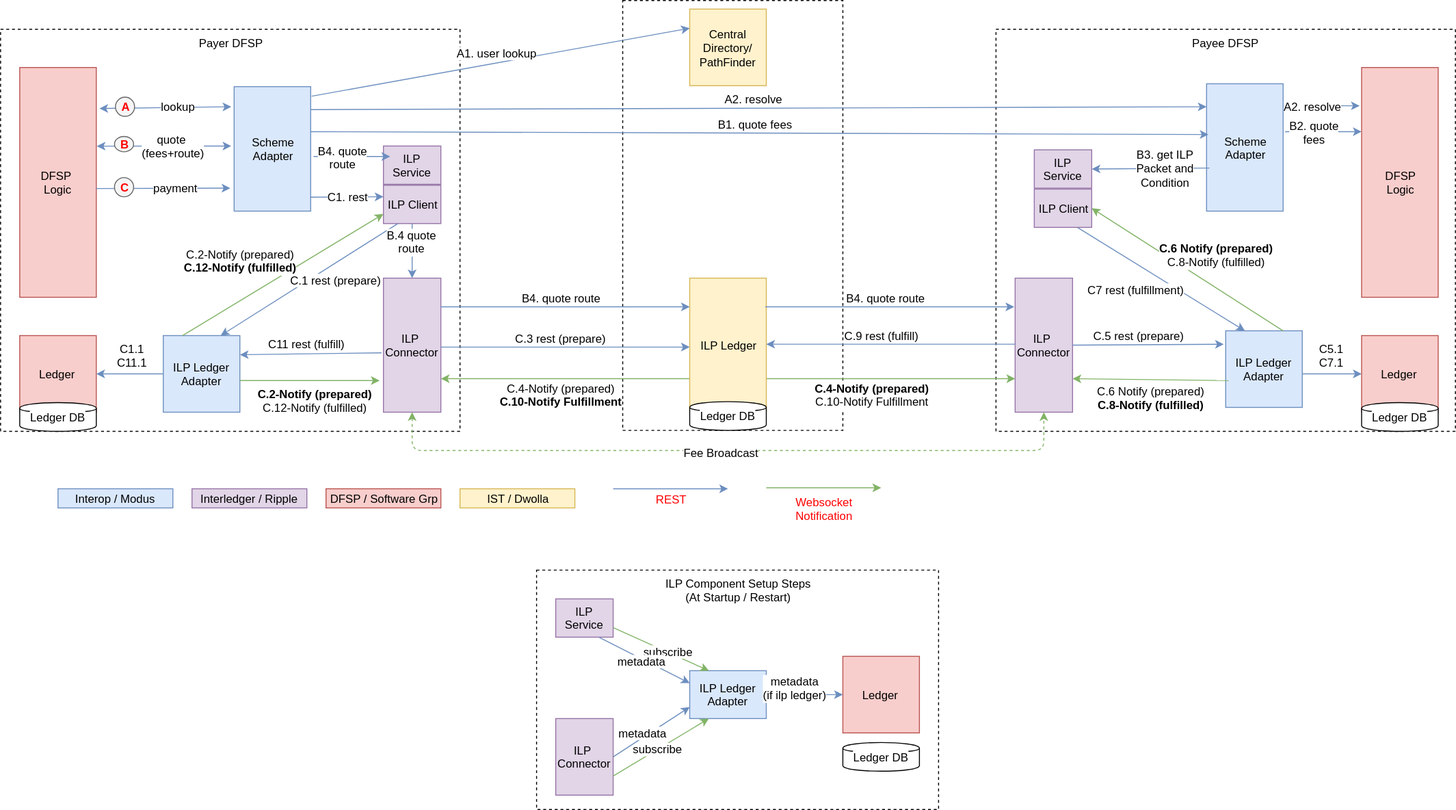
This is docs/PaymentFlow.svg from maduhu/Interop-Issues, a draw.io export, as it was before one commit. Source tidied: cells renumbered, new cells last; positions are measured from the earlier drawing's top-left corner, leaving out a move shared by most shapes.
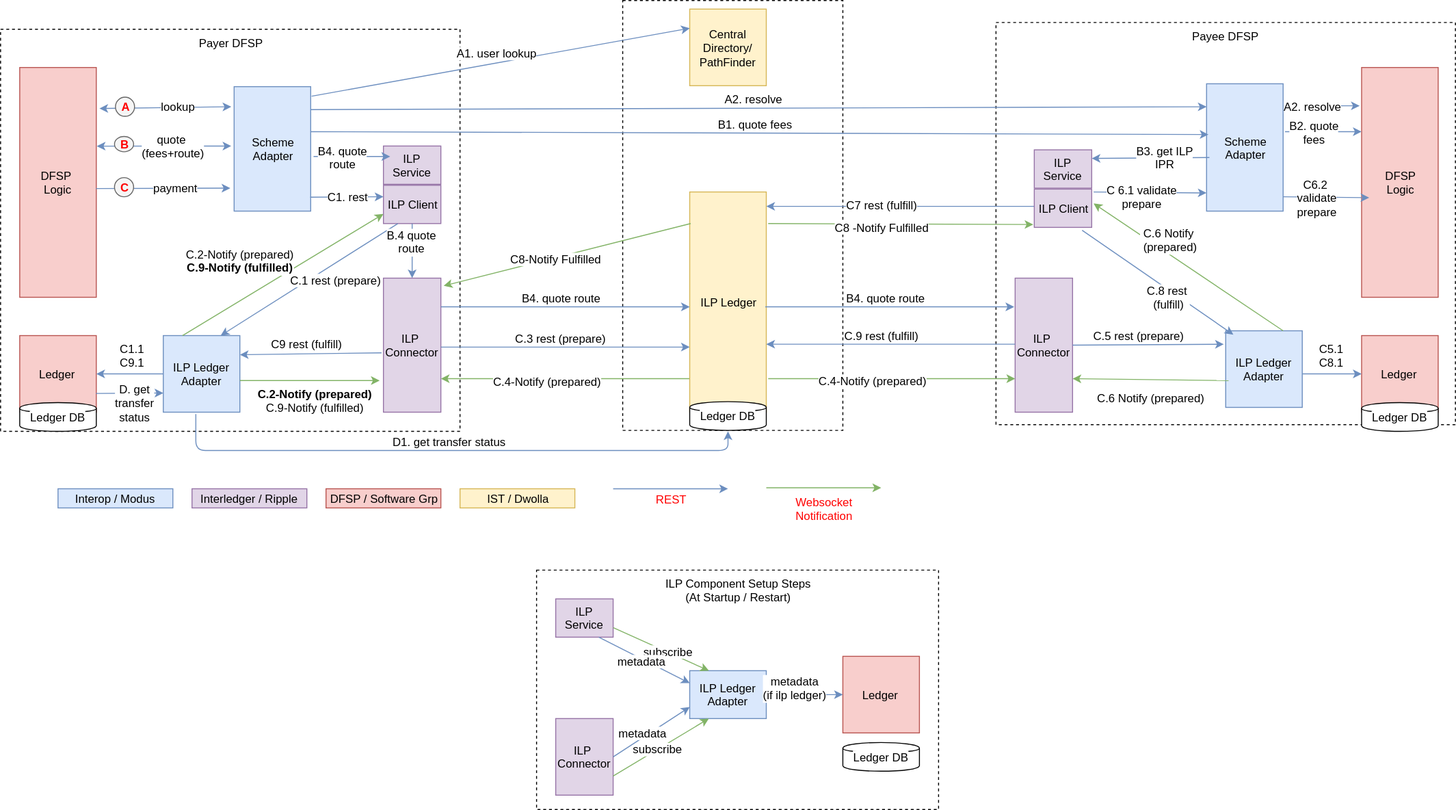
After the commit.

What changed in the source:
```diff
@@ -9,7 +9,7 @@
       <mxGeometry y="30" width="480" height="420" as="geometry" />
     </mxCell>
     <mxCell id="4" value="Payee DFSP" style="whiteSpace=wrap;html=1;labelBackgroundColor=none;fontSize=12;align=center;verticalAlign=top;dashed=1;" parent="1" vertex="1">
-      <mxGeometry x="1040" y="30" width="480" height="420" as="geometry" />
+      <mxGeometry x="1040" y="23" width="480" height="420" as="geometry" />
     </mxCell>
     <mxCell id="5" value="DFSP&amp;nbsp;&lt;div&gt;Logic&lt;/div&gt;" style="whiteSpace=wrap;html=1;labelBackgroundColor=none;fontSize=12;align=center;fillColor=#f8cecc;strokeColor=#b85450;" parent="1" vertex="1">
       <mxGeometry x="20" y="70" width="80" height="240" as="geometry" />
@@ -41,20 +41,20 @@
     <mxCell id="14" value="ILP&amp;nbsp;&lt;div&gt;Connector&lt;/div&gt;" style="whiteSpace=wrap;html=1;labelBackgroundColor=none;fontSize=12;align=center;fillColor=#e1d5e7;strokeColor=#9673a6;" parent="1" vertex="1">
       <mxGeometry x="1060" y="290" width="60" height="140" as="geometry" />
     </mxCell>
-    <mxCell id="15" style="endArrow=none;startArrow=classic;html=1;labelBackgroundColor=none;fontSize=12;entryX=0;entryY=0.75;exitX=1;exitY=0.75;fontColor=#00FF00;fillColor=#d5e8d4;strokeColor=#82b366;endFill=0;" parent="1" edge="1" source="13" target="52">
+    <mxCell id="15" style="endArrow=none;startArrow=classic;html=1;labelBackgroundColor=none;fontSize=12;exitX=1;exitY=0.75;fontColor=#00FF00;fillColor=#d5e8d4;strokeColor=#82b366;endFill=0;entryX=0.013;entryY=0.848;entryPerimeter=0;" parent="1" edge="1" source="13" target="52">
       <mxGeometry relative="1" as="geometry" />
     </mxCell>
-    <mxCell id="16" value="&lt;div&gt;C.4-Notify (prepared)&lt;/div&gt;&lt;div&gt;&lt;b&gt;C.10-Notify Fulfillment&lt;/b&gt;&lt;/div&gt;" style="text;html=1;align=center;verticalAlign=middle;labelBackgroundColor=#ffffff;fontSize=12;fontColor=#000000;" parent="15" vertex="1">
+    <mxCell id="16" value="&lt;div&gt;C.4-Notify (prepared)&lt;/div&gt;" style="text;html=1;align=center;verticalAlign=middle;labelBackgroundColor=#ffffff;fontSize=12;fontColor=#000000;" parent="15" vertex="1">
       <mxGeometry x="-0.02" y="-2" relative="1" as="geometry">
-        <mxPoint x="-3" y="14" as="offset" />
+        <mxPoint x="-17" as="offset" />
       </mxGeometry>
     </mxCell>
-    <mxCell id="17" style="endArrow=classic;startArrow=none;html=1;labelBackgroundColor=none;fontSize=12;entryX=0;entryY=0.75;exitX=1;exitY=0.75;fontColor=#00FF00;fillColor=#d5e8d4;strokeColor=#82b366;startFill=0;" parent="1" edge="1" source="52" target="14">
+    <mxCell id="17" style="endArrow=classic;startArrow=none;html=1;labelBackgroundColor=none;fontSize=12;entryX=0;entryY=0.75;fontColor=#00FF00;fillColor=#d5e8d4;strokeColor=#82b366;startFill=0;exitX=1.025;exitY=0.848;exitPerimeter=0;" parent="1" edge="1" source="52" target="14">
       <mxGeometry x="373" y="155" as="geometry" />
     </mxCell>
-    <mxCell id="18" value="&lt;b&gt;C.4-Notify (prepared)&lt;/b&gt;&lt;div&gt;C.10-Notify Fulfillment&lt;/div&gt;" style="text;html=1;align=center;verticalAlign=middle;labelBackgroundColor=#ffffff;fontSize=12;fontColor=#000000;" parent="17" vertex="1">
+    <mxCell id="18" value="C.4-Notify (prepared)" style="text;html=1;align=center;verticalAlign=middle;labelBackgroundColor=#ffffff;fontSize=12;fontColor=#000000;" parent="17" vertex="1">
       <mxGeometry relative="1" as="geometry">
-        <mxPoint x="-20" y="16" as="offset" />
+        <mxPoint x="-20" y="1" as="offset" />
       </mxGeometry>
     </mxCell>
     <mxCell id="19" style="endArrow=classic;startArrow=none;html=1;labelBackgroundColor=none;fontSize=12;fontColor=#00FF00;fillColor=#d5e8d4;strokeColor=#82b366;startFill=0;exitX=1;exitY=0.75;" parent="1" edge="1">
@@ -63,7 +63,7 @@
         <mxPoint x="396" y="397" as="targetPoint" />
       </mxGeometry>
     </mxCell>
-    <mxCell id="20" value="&lt;b&gt;C.2-Notify (prepared)&lt;/b&gt;&lt;div&gt;C.12-Notify (fulfilled)&lt;/div&gt;" style="text;html=1;align=center;verticalAlign=middle;labelBackgroundColor=#ffffff;fontSize=12;fontColor=#000000;" parent="19" vertex="1">
+    <mxCell id="20" value="&lt;b&gt;C.2-Notify (prepared)&lt;/b&gt;&lt;div&gt;C.9-Notify (fulfilled)&lt;/div&gt;" style="text;html=1;align=center;verticalAlign=middle;labelBackgroundColor=#ffffff;fontSize=12;fontColor=#000000;" parent="19" vertex="1">
       <mxGeometry relative="1" as="geometry">
         <mxPoint x="5" y="20" as="offset" />
       </mxGeometry>
@@ -73,7 +73,7 @@
         <mxPoint x="1283" y="397" as="targetPoint" />
       </mxGeometry>
     </mxCell>
-    <mxCell id="22" value="C.6 Notify (prepared)&lt;div&gt;&lt;b&gt;C.8-Notify (fulfilled)&lt;/b&gt;&lt;/div&gt;" style="text;html=1;align=center;verticalAlign=middle;labelBackgroundColor=#ffffff;fontSize=12;fontColor=#000000;" parent="21" vertex="1">
+    <mxCell id="22" value="C.6 Notify (prepared)" style="text;html=1;align=center;verticalAlign=middle;labelBackgroundColor=#ffffff;fontSize=12;fontColor=#000000;" parent="21" vertex="1">
       <mxGeometry relative="1" as="geometry">
         <mxPoint y="18" as="offset" />
       </mxGeometry>
@@ -93,7 +93,7 @@
     <mxCell id="27" style="endArrow=classic;startArrow=none;html=1;labelBackgroundColor=none;fontSize=12;fontColor=#00FF00;fillColor=#dae8fc;strokeColor=#6c8ebf;startFill=0;exitX=0;exitY=0.5;entryX=1;entryY=0.5;" parent="1" edge="1" source="9" target="10">
       <mxGeometry x="505" y="335" as="geometry" />
     </mxCell>
-    <mxCell id="28" value="C1.1&lt;div&gt;C11.1&lt;/div&gt;" style="text;html=1;align=center;verticalAlign=middle;labelBackgroundColor=#ffffff;fontSize=12;fontColor=#000000;" parent="27" vertex="1">
+    <mxCell id="28" value="C1.1&lt;div&gt;C9.1&lt;/div&gt;" style="text;html=1;align=center;verticalAlign=middle;labelBackgroundColor=#ffffff;fontSize=12;fontColor=#000000;" parent="27" vertex="1">
       <mxGeometry relative="1" as="geometry">
         <mxPoint x="2" y="-20" as="offset" />
       </mxGeometry>
@@ -101,7 +101,7 @@
     <mxCell id="29" style="endArrow=classic;startArrow=none;html=1;labelBackgroundColor=none;fontSize=12;fontColor=#00FF00;fillColor=#dae8fc;strokeColor=#6c8ebf;startFill=0;exitX=1;exitY=0.563;entryX=0;entryY=0.5;exitPerimeter=0;" parent="1" edge="1" source="12" target="11">
       <mxGeometry x="515" y="345" as="geometry" />
     </mxCell>
-    <mxCell id="30" value="C5.1&lt;div&gt;C7.1&lt;/div&gt;" style="text;html=1;align=center;verticalAlign=middle;labelBackgroundColor=#ffffff;fontSize=12;fontColor=#000000;" parent="29" vertex="1">
+    <mxCell id="30" value="C5.1&lt;div&gt;C8.1&lt;/div&gt;" style="text;html=1;align=center;verticalAlign=middle;labelBackgroundColor=#ffffff;fontSize=12;fontColor=#000000;" parent="29" vertex="1">
       <mxGeometry relative="1" as="geometry">
         <mxPoint x="-1" y="-20" as="offset" />
       </mxGeometry>
@@ -159,7 +159,7 @@
     <mxCell id="42" style="endArrow=classic;startArrow=none;html=1;labelBackgroundColor=none;fontSize=12;fontColor=#00FF00;fillColor=#dae8fc;strokeColor=#6c8ebf;startFill=0;exitX=-0.033;exitY=0.557;entryX=1;entryY=0.25;exitPerimeter=0;" parent="1" edge="1" source="13" target="9">
       <mxGeometry x="515" y="345" as="geometry" />
     </mxCell>
-    <mxCell id="43" value="&lt;div&gt;C11 rest (fulfill)&lt;/div&gt;" style="text;html=1;align=center;verticalAlign=middle;labelBackgroundColor=#ffffff;fontSize=12;fontColor=#000000;" parent="42" vertex="1">
+    <mxCell id="43" value="&lt;div&gt;C9 rest (fulfill)&lt;/div&gt;" style="text;html=1;align=center;verticalAlign=middle;labelBackgroundColor=#ffffff;fontSize=12;fontColor=#000000;" parent="42" vertex="1">
       <mxGeometry relative="1" as="geometry">
         <mxPoint x="-5" y="-10" as="offset" />
       </mxGeometry>
@@ -175,7 +175,7 @@
     <mxCell id="46" style="endArrow=classic;html=1;labelBackgroundColor=none;fontSize=12;fontColor=#FF0000;fillColor=#d5e8d4;strokeColor=#82b366;exitX=0.25;exitY=0;entryX=0;entryY=0.75;" parent="1" edge="1" source="9" target="31">
       <mxGeometry x="650" y="529" as="geometry" />
     </mxCell>
-    <mxCell id="47" value="&lt;div&gt;&lt;span style=&quot;line-height: 1.2&quot;&gt;C.2-Notify (prepared)&lt;/span&gt;&lt;br&gt;&lt;/div&gt;&lt;div&gt;&lt;span style=&quot;line-height: 1.2&quot;&gt;&lt;b&gt;C.12-Notify (fulfilled)&lt;/b&gt;&lt;/span&gt;&lt;br&gt;&lt;/div&gt;" style="text;html=1;align=center;verticalAlign=middle;labelBackgroundColor=#ffffff;fontSize=12;fontColor=#000000;" parent="46" vertex="1">
+    <mxCell id="47" value="&lt;div&gt;&lt;span style=&quot;line-height: 1.2&quot;&gt;C.2-Notify (prepared)&lt;/span&gt;&lt;br&gt;&lt;/div&gt;&lt;div&gt;&lt;span style=&quot;line-height: 1.2&quot;&gt;&lt;b&gt;C.9-Notify (fulfilled)&lt;/b&gt;&lt;/span&gt;&lt;br&gt;&lt;/div&gt;" style="text;html=1;align=center;verticalAlign=middle;labelBackgroundColor=#ffffff;fontSize=12;fontColor=#000000;" parent="46" vertex="1">
       <mxGeometry relative="1" as="geometry">
         <mxPoint x="-45" y="-15" as="offset" />
       </mxGeometry>
@@ -188,38 +188,30 @@
         <mxPoint x="-1" y="-11" as="offset" />
       </mxGeometry>
     </mxCell>
-    <mxCell id="50" style="endArrow=classic;html=1;labelBackgroundColor=none;fontSize=12;fontColor=#FF0000;fillColor=#d5e8d4;strokeColor=#82b366;exitX=0.75;exitY=0;entryX=1;entryY=0.5;" parent="1" edge="1" source="12" target="89">
-      <mxGeometry x="1010" y="295" as="geometry" />
+    <mxCell id="50" style="endArrow=classic;html=1;labelBackgroundColor=none;fontSize=12;fontColor=#FF0000;fillColor=#d5e8d4;strokeColor=#82b366;exitX=0.75;exitY=0;" parent="1" edge="1" source="12">
+      <mxGeometry x="1002" y="280" as="geometry">
+        <mxPoint x="1142" y="212" as="targetPoint" />
+      </mxGeometry>
     </mxCell>
-    <mxCell id="51" value="&lt;div&gt;&lt;b&gt;C.6 Notify (prepared)&lt;/b&gt;&lt;/div&gt;&lt;div&gt;C.8-Notify (fulfilled)&lt;/div&gt;" style="text;html=1;align=center;verticalAlign=middle;labelBackgroundColor=#ffffff;fontSize=12;fontColor=#000000;" parent="50" vertex="1">
+    <mxCell id="51" value="&lt;div&gt;C.6 Notify&lt;/div&gt;&lt;div&gt;&amp;nbsp;(prepared)&lt;/div&gt;" style="text;html=1;align=center;verticalAlign=middle;labelBackgroundColor=#ffffff;fontSize=12;fontColor=#000000;" parent="50" vertex="1">
       <mxGeometry relative="1" as="geometry">
-        <mxPoint x="30" y="-15" as="offset" />
+        <mxPoint x="-21" y="-29" as="offset" />
       </mxGeometry>
     </mxCell>
     <mxCell id="52" value="&lt;div&gt;ILP Ledger&lt;/div&gt;" style="whiteSpace=wrap;html=1;labelBackgroundColor=none;fontSize=12;align=center;fillColor=#fff2cc;strokeColor=#d6b656;" parent="1" vertex="1">
-      <mxGeometry x="720" y="290" width="80" height="140" as="geometry" />
+      <mxGeometry x="720" y="200" width="80" height="230" as="geometry" />
     </mxCell>
-    <mxCell id="53" style="endArrow=classic;html=1;labelBackgroundColor=none;fontSize=12;fontColor=#FF0000;fillColor=#dae8fc;strokeColor=#6c8ebf;entryX=0.25;entryY=0;exitX=0.75;exitY=1;" parent="1" edge="1" source="89" target="12">
-      <mxGeometry x="700" y="430" as="geometry" />
+    <mxCell id="53" style="endArrow=classic;html=1;labelBackgroundColor=none;fontSize=12;fontColor=#FF0000;fillColor=#dae8fc;strokeColor=#6c8ebf;exitX=0;exitY=0.75;entryX=0.652;entryY=0.506;entryPerimeter=0;" parent="1" edge="1">
+      <mxGeometry x="700" y="418" as="geometry">
+        <mxPoint x="1080" y="215" as="sourcePoint" />
+        <mxPoint x="800" y="215" as="targetPoint" />
+      </mxGeometry>
     </mxCell>
-    <mxCell id="54" value="&lt;div&gt;C7 rest (fulfillment)&lt;/div&gt;" style="text;html=1;align=center;verticalAlign=middle;labelBackgroundColor=#ffffff;fontSize=12;fontColor=#000000;" parent="53" vertex="1">
+    <mxCell id="54" value="&lt;div&gt;C7 rest (fulfill)&lt;/div&gt;" style="text;html=1;align=center;verticalAlign=middle;labelBackgroundColor=#ffffff;fontSize=12;fontColor=#000000;" parent="53" vertex="1">
       <mxGeometry relative="1" as="geometry">
-        <mxPoint x="-27" y="10" as="offset" />
+        <mxPoint x="-20" y="-2" as="offset" />
       </mxGeometry>
     </mxCell>
-    <mxCell id="55" style="endArrow=classic;startArrow=classic;html=1;labelBackgroundColor=none;fontSize=12;entryX=0.5;entryY=1;exitX=0.5;exitY=1;fontColor=#00FF00;fillColor=#d5e8d4;strokeColor=#82b366;endFill=1;dashed=1;" parent="1" edge="1" source="13" target="14">
-      <mxGeometry x="310" y="428" as="geometry">
-        <Array as="points">
-          <mxPoint x="430" y="470" />
-          <mxPoint x="1090" y="470" />
-        </Array>
-      </mxGeometry>
-    </mxCell>
-    <mxCell id="56" value="Fee Broadcast" style="text;html=1;align=center;verticalAlign=middle;labelBackgroundColor=#ffffff;fontSize=12;fontColor=#000000;" parent="55" vertex="1">
-      <mxGeometry relative="1" as="geometry">
-        <mxPoint x="-8" y="1" as="offset" />
-      </mxGeometry>
-    </mxCell>
     <mxCell id="57" style="endArrow=classic;startArrow=none;html=1;labelBackgroundColor=none;fontSize=12;entryX=1;entryY=0.25;fontColor=#00FF00;fillColor=#dae8fc;strokeColor=#6c8ebf;startFill=0;exitX=0;exitY=0.25;" parent="1" edge="1">
       <mxGeometry x="505" y="369" as="geometry">
         <mxPoint x="1060" y="359" as="sourcePoint" />
@@ -395,10 +387,13 @@
         <mxPoint x="-10" as="offset" />
       </mxGeometry>
     </mxCell>
-    <mxCell id="99" style="endArrow=classic;html=1;labelBackgroundColor=none;fontSize=12;fontColor=#FF0000;fillColor=#dae8fc;strokeColor=#6c8ebf;entryX=1;entryY=0.5;exitX=0.038;exitY=0.662;exitPerimeter=0;" parent="1" edge="1" source="90" target="88">
-      <mxGeometry x="770" y="390" as="geometry" />
+    <mxCell id="99" style="endArrow=classic;html=1;labelBackgroundColor=none;fontSize=12;fontColor=#FF0000;fillColor=#dae8fc;strokeColor=#6c8ebf;entryX=1;entryY=0.5;exitX=0.038;exitY=0.662;exitPerimeter=0;" parent="1" edge="1">
+      <mxGeometry x="770" y="379" as="geometry">
+        <mxPoint x="1263" y="164" as="sourcePoint" />
+        <mxPoint x="1140" y="165" as="targetPoint" />
+      </mxGeometry>
     </mxCell>
-    <mxCell id="100" value="B3. get ILP&lt;div&gt;Packet and&lt;/div&gt;&lt;div&gt;Condition&lt;/div&gt;" style="text;html=1;align=center;verticalAlign=middle;labelBackgroundColor=#ffffff;" parent="99" vertex="1">
+    <mxCell id="100" value="B3. get ILP&lt;div&gt;IPR&lt;/div&gt;" style="text;html=1;align=center;verticalAlign=middle;labelBackgroundColor=#ffffff;" parent="99" vertex="1">
       <mxGeometry relative="1" as="geometry">
         <mxPoint x="15" y="-1" as="offset" />
       </mxGeometry>
@@ -447,5 +442,84 @@
         <mxPoint x="1" y="-1" as="offset" />
       </mxGeometry>
     </mxCell>
+    <mxCell id="109" style="endArrow=classic;startArrow=none;html=1;labelBackgroundColor=none;fontSize=12;fontColor=#00FF00;fillColor=#dae8fc;strokeColor=#6c8ebf;startFill=0;entryX=0;entryY=0.932;entryPerimeter=0;" parent="1" edge="1">
+      <mxGeometry x="517" y="165" as="geometry">
+        <mxPoint x="1142" y="200" as="sourcePoint" />
+        <mxPoint x="1260" y="201" as="targetPoint" />
+      </mxGeometry>
+    </mxCell>
+    <mxCell id="110" value="C 6.1 validate&lt;div&gt;prepare&lt;/div&gt;" style="text;html=1;align=center;verticalAlign=middle;labelBackgroundColor=#ffffff;" parent="109" vertex="1">
+      <mxGeometry relative="1" as="geometry">
+        <mxPoint x="-9" y="4" as="offset" />
+      </mxGeometry>
+    </mxCell>
+    <mxCell id="111" style="endArrow=classic;startArrow=none;html=1;labelBackgroundColor=none;fontSize=12;fontColor=#00FF00;fillColor=#dae8fc;strokeColor=#6c8ebf;startFill=0;" parent="1" edge="1">
+      <mxGeometry x="715" y="170" as="geometry">
+        <mxPoint x="1340" y="205" as="sourcePoint" />
+        <mxPoint x="1430" y="206" as="targetPoint" />
+      </mxGeometry>
+    </mxCell>
+    <mxCell id="112" value="C6.2&amp;nbsp;&lt;div&gt;validate&lt;div&gt;prepare&lt;/div&gt;&lt;/div&gt;" style="text;html=1;align=center;verticalAlign=middle;labelBackgroundColor=#ffffff;" parent="111" vertex="1">
+      <mxGeometry relative="1" as="geometry">
+        <mxPoint x="-10" as="offset" />
+      </mxGeometry>
+    </mxCell>
+    <mxCell id="113" style="endArrow=classic;startArrow=none;html=1;labelBackgroundColor=none;fontSize=12;fontColor=#00FF00;fillColor=#d5e8d4;strokeColor=#82b366;startFill=0;exitX=1.025;exitY=0.848;exitPerimeter=0;" parent="1" edge="1">
+      <mxGeometry x="373" y="-7" as="geometry">
+        <mxPoint x="802" y="233" as="sourcePoint" />
+        <mxPoint x="1079" y="234" as="targetPoint" />
+      </mxGeometry>
+    </mxCell>
+    <mxCell id="114" value="&lt;div&gt;C8 -Notify Fulfilled&lt;/div&gt;" style="text;html=1;align=center;verticalAlign=middle;labelBackgroundColor=#ffffff;fontSize=12;fontColor=#000000;" parent="113" vertex="1">
+      <mxGeometry relative="1" as="geometry">
+        <mxPoint x="-20" y="3" as="offset" />
+      </mxGeometry>
+    </mxCell>
+    <mxCell id="115" style="endArrow=none;startArrow=classic;html=1;labelBackgroundColor=none;fontSize=12;exitX=1.05;exitY=0.057;fontColor=#00FF00;fillColor=#d5e8d4;strokeColor=#82b366;endFill=0;entryX=0.013;entryY=0.848;entryPerimeter=0;exitPerimeter=0;" parent="1" edge="1" source="13">
+      <mxGeometry relative="1" as="geometry">
+        <mxPoint x="721" y="233" as="targetPoint" />
+      </mxGeometry>
+    </mxCell>
+    <mxCell id="116" value="&lt;div&gt;C8-Notify Fulfilled&lt;br&gt;&lt;/div&gt;" style="text;html=1;align=center;verticalAlign=middle;labelBackgroundColor=#ffffff;fontSize=12;fontColor=#000000;" parent="115" vertex="1">
+      <mxGeometry x="-0.02" y="-2" relative="1" as="geometry">
+        <mxPoint x="-11" y="2" as="offset" />
+      </mxGeometry>
+    </mxCell>
+    <mxCell id="117" style="endArrow=classic;startArrow=none;html=1;labelBackgroundColor=none;fontSize=12;exitX=1;exitY=0.5;fontColor=#00FF00;fillColor=#dae8fc;strokeColor=#6c8ebf;startFill=0;entryX=0.1;entryY=0.063;entryPerimeter=0;" parent="1" edge="1">
+      <mxGeometry x="515" y="215" as="geometry">
+        <mxPoint x="1130" y="240" as="sourcePoint" />
+        <mxPoint x="1288" y="349" as="targetPoint" />
+      </mxGeometry>
+    </mxCell>
+    <mxCell id="118" value="C.8 rest&amp;nbsp;&lt;div&gt;(fulfill)&lt;/div&gt;" style="text;html=1;align=center;verticalAlign=middle;labelBackgroundColor=#ffffff;fontSize=12;fontColor=#000000;" parent="117" vertex="1">
+      <mxGeometry relative="1" as="geometry">
+        <mxPoint x="11" y="15" as="offset" />
+      </mxGeometry>
+    </mxCell>
+    <mxCell id="119" style="endArrow=classic;startArrow=none;html=1;fontColor=#4D4D4D;exitX=0.208;exitY=0.41;exitPerimeter=0;fillColor=#dae8fc;strokeColor=#6c8ebf;startFill=0;" parent="1" edge="1">
+      <mxGeometry y="420" as="geometry">
+        <mxPoint x="99.5" y="410.4" as="sourcePoint" />
+        <mxPoint x="170" y="410" as="targetPoint" />
+      </mxGeometry>
+    </mxCell>
+    <mxCell id="120" value="D. get&lt;div&gt;transfer&lt;/div&gt;&lt;div&gt;status&lt;/div&gt;" style="text;html=1;align=center;verticalAlign=middle;labelBackgroundColor=#ffffff;fontSize=12;fontColor=#000000;" parent="119" vertex="1">
+      <mxGeometry relative="1" as="geometry">
+        <mxPoint x="5" y="9" as="offset" />
+      </mxGeometry>
+    </mxCell>
+    <mxCell id="121" style="endArrow=classic;startArrow=none;html=1;labelBackgroundColor=none;fontSize=12;exitX=0.425;exitY=1.025;fontColor=#00FF00;fillColor=#dae8fc;strokeColor=#6c8ebf;startFill=0;exitPerimeter=0;" parent="1" edge="1" source="9">
+      <mxGeometry x="245" y="470" as="geometry">
+        <mxPoint x="760" y="450" as="targetPoint" />
+        <Array as="points">
+          <mxPoint x="204" y="470" />
+          <mxPoint x="760" y="470" />
+        </Array>
+      </mxGeometry>
+    </mxCell>
+    <mxCell id="122" value="D1. get transfer status" style="text;html=1;align=center;verticalAlign=middle;labelBackgroundColor=#ffffff;fontSize=12;fontColor=#000000;" parent="121" vertex="1">
+      <mxGeometry relative="1" as="geometry">
+        <mxPoint x="-5" y="-10" as="offset" />
+      </mxGeometry>
+    </mxCell>
   </root>
 </mxGraphModel>
```
